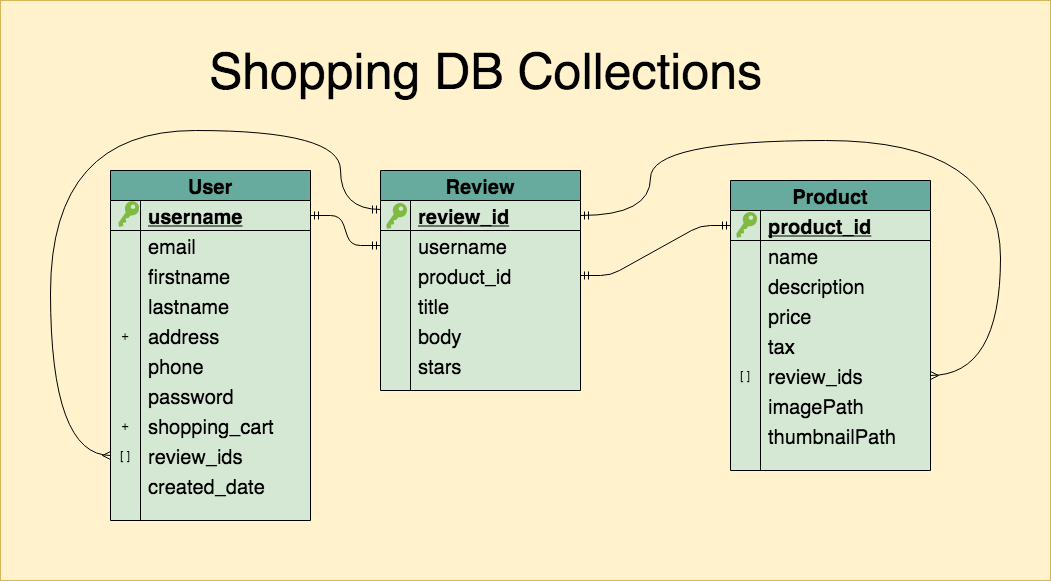
Earlier version of the draw.io export designdocs/basicDBPlan.png (MoveUpHealth/example-shopping-interface). Source tidied: cells renumbered, new cells last; positions are measured from the earlier drawing's top-left corner, leaving out a move shared by most shapes.
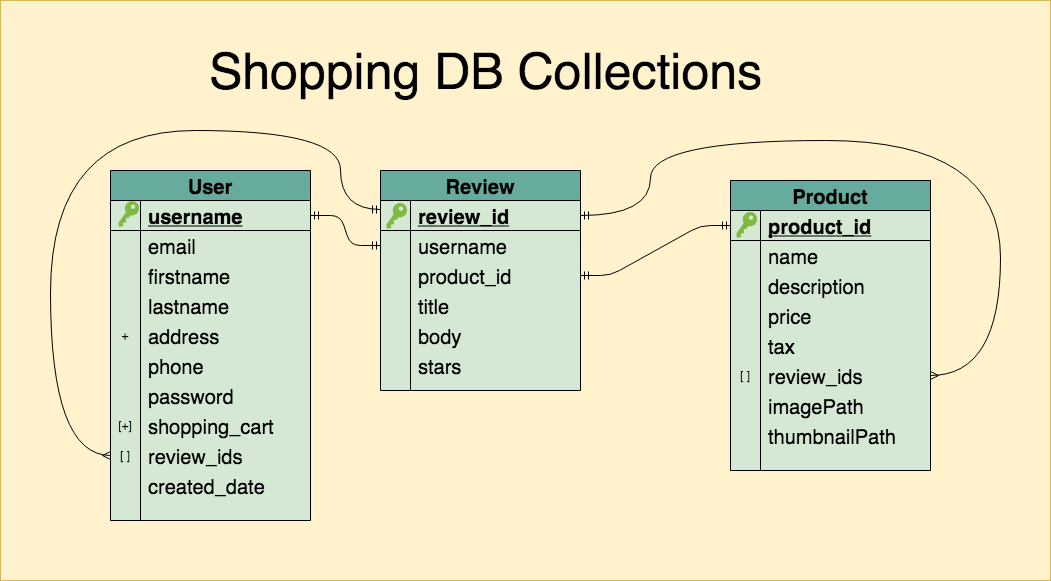
The same file after the commit.

Commit message:
updated images to show shopping_cart is a list

What changed in the source:
```diff
@@ -83,7 +83,7 @@
     <mxCell id="28" style="shape=partialRectangle;fillColor=none;top=0;left=0;bottom=0;right=0;" parent="6" vertex="1">
       <mxGeometry y="240" width="200" height="30" as="geometry" />
     </mxCell>
-    <mxCell id="29" value="+" style="shape=partialRectangle;fillColor=none;top=0;left=0;bottom=0;right=0;overflow=hidden;" parent="28" vertex="1">
+    <mxCell id="29" value="[+]" style="shape=partialRectangle;fillColor=none;top=0;left=0;bottom=0;right=0;overflow=hidden;" parent="28" vertex="1">
       <mxGeometry width="30" height="30" as="geometry" />
     </mxCell>
     <mxCell id="30" value="shopping_cart" style="shape=partialRectangle;fillColor=none;top=0;left=0;bottom=0;right=0;align=left;spacingLeft=6;overflow=hidden;fontSize=20;" parent="28" vertex="1">
```
